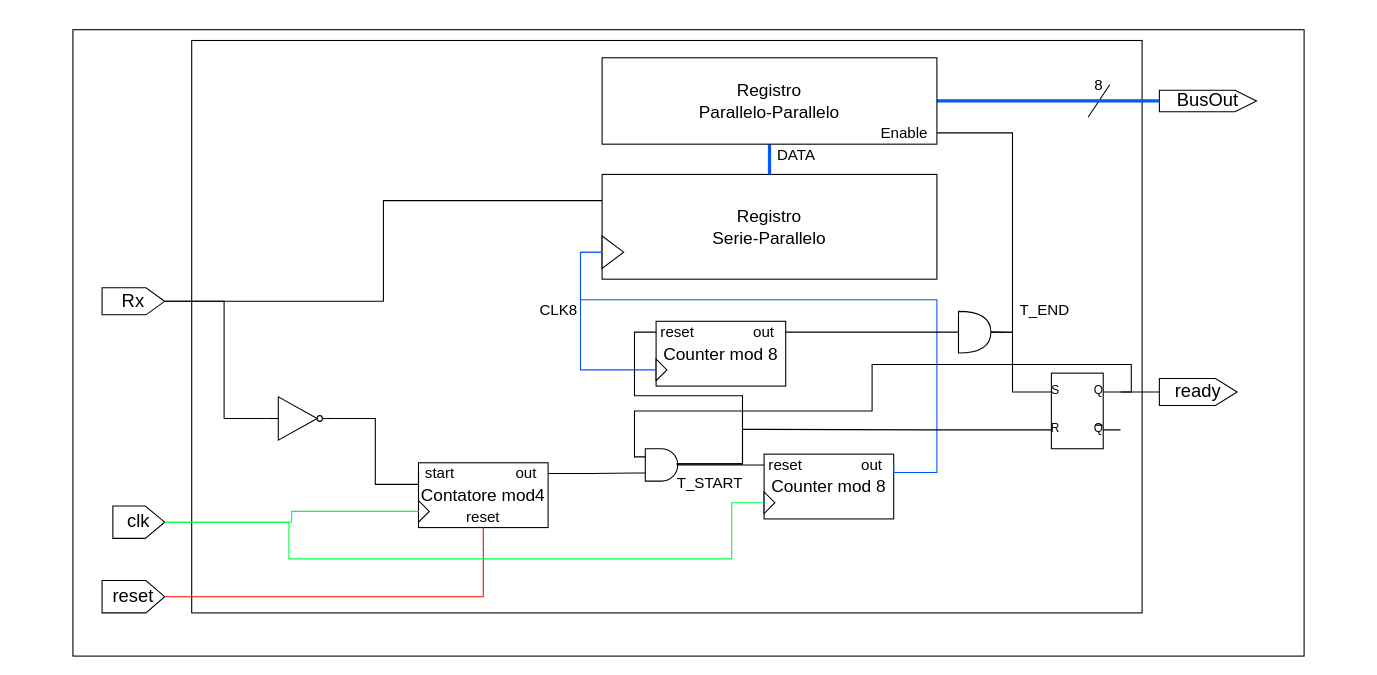
Earlier version of the draw.io diagram page "NewDeserializer" (9 of 13) of Uart.drawio (FlavioRenzi/UART_Project). Source tidied: cells renumbered, new cells numbered last; positions are measured from the earlier drawing's top-left corner, leaving out a move shared by most shapes. Both pictures are drawn from the tidied source at 108%, with x=0, y=0 at pixel (72, 29).
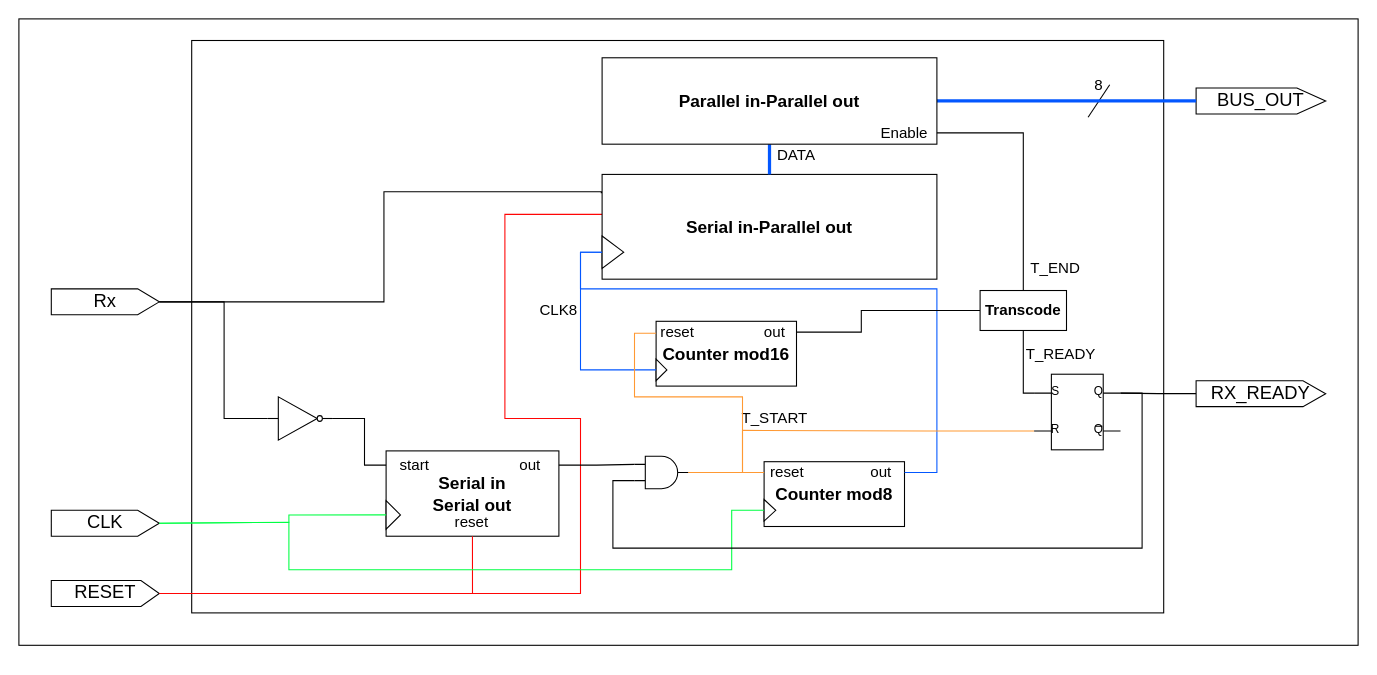
The same page after the edit.

Unchanged cells that the change refers to:
```xml
<mxCell id="21" style="verticalLabelPosition=bottom;shadow=0;dashed=0;align=center;html=1;verticalAlign=top;shape=mxgraph.electrical.logic_gates.inverter_2;fontSize=14;fillColor=#ffffff;" parent="1" vertex="1">
  <mxGeometry x="180" y="340" width="60" height="40" as="geometry" />
</mxCell>
<mxCell id="36" style="triangle;whiteSpace=wrap;html=1;" parent="1" vertex="1">
  <mxGeometry x="490" y="191" width="20" height="30" as="geometry" />
</mxCell>
<mxCell id="41" value="reset" style="text;html=1;strokeColor=none;fillColor=none;align=center;verticalAlign=middle;whiteSpace=wrap;rounded=0;fontSize=14;" parent="37" vertex="1">
  <mxGeometry width="40" height="20" as="geometry" />
</mxCell>
<mxCell id="45" value="Enable" style="text;html=1;strokeColor=none;fillColor=none;align=center;verticalAlign=middle;whiteSpace=wrap;rounded=0;fontSize=14;" parent="1" vertex="1">
  <mxGeometry x="740" y="85" width="60" height="21" as="geometry" />
</mxCell>
```

The edit, as a diff of the source:
```diff
@@
     <mxCell id="2" style="rounded=0;whiteSpace=wrap;html=1;fontSize=14;fontColor=#FF0505;fillColor=none;" parent="1" vertex="1">
-      <mxGeometry width="1140" height="580" as="geometry" />
+      <mxGeometry x="-50" y="-10" width="1240" height="580" as="geometry" />
     </mxCell>
     <mxCell id="3" style="rounded=0;whiteSpace=wrap;html=1;fillColor=none;" parent="1" vertex="1">
-      <mxGeometry x="110" y="10" width="880" height="530" as="geometry" />
+      <mxGeometry x="110" y="10" width="900" height="530" as="geometry" />
     </mxCell>
-    <mxCell id="4" value="clk" style="shape=offPageConnector;whiteSpace=wrap;html=1;rotation=0;size=0.375;direction=north;fontSize=17;" parent="1" vertex="1">
-      <mxGeometry x="37" y="441" width="48" height="30" as="geometry" />
+    <mxCell id="4" value="CLK" style="shape=offPageConnector;whiteSpace=wrap;html=1;rotation=0;size=0.19999999999999546;direction=north;fontSize=17;" parent="1" vertex="1">
+      <mxGeometry x="-20" y="445" width="100" height="24" as="geometry" />
     </mxCell>
+    <mxCell id="58" style="edgeStyle=orthogonalEdgeStyle;rounded=0;jettySize=auto;html=1;exitX=0.5;exitY=1;exitDx=0;exitDy=0;entryX=0.001;entryY=0.381;entryDx=0;entryDy=0;entryPerimeter=0;fontSize=14;fontColor=#00FF44;endArrow=none;endFill=0;strokeColor=#FF0505;" parent="1" edge="1" source="5" target="29">
+      <mxGeometry relative="1" as="geometry">
+        <Array as="points">
+          <mxPoint x="470" y="522" />
+          <mxPoint x="470" y="360" />
+          <mxPoint x="400" y="360" />
+          <mxPoint x="400" y="171" />
+        </Array>
+      </mxGeometry>
+    </mxCell>
-    <mxCell id="5" value="reset" style="shape=offPageConnector;whiteSpace=wrap;html=1;rotation=0;size=0.3;direction=north;fontSize=17;" parent="1" vertex="1">
-      <mxGeometry x="27" y="510" width="58" height="30" as="geometry" />
+    <mxCell id="5" value="RESET" style="shape=offPageConnector;whiteSpace=wrap;html=1;rotation=0;size=0.17;direction=north;fontSize=17;" parent="1" vertex="1">
+      <mxGeometry x="-20" y="510" width="100" height="24" as="geometry" />
     </mxCell>
-    <mxCell id="6" value="BusOut" style="shape=offPageConnector;whiteSpace=wrap;html=1;rotation=0;size=0.2222222222222222;direction=north;fontSize=17;" parent="1" vertex="1">
-      <mxGeometry x="1006" y="56" width="90" height="20" as="geometry" />
+    <mxCell id="6" value="BUS_OUT" style="shape=offPageConnector;whiteSpace=wrap;html=1;rotation=0;size=0.2222222222222222;direction=north;fontSize=17;" parent="1" vertex="1">
+      <mxGeometry x="1040" y="54" width="120" height="24" as="geometry" />
     </mxCell>
-    <mxCell id="7" style="edgeStyle=orthogonalEdgeStyle;rounded=0;jettySize=auto;html=1;exitX=0.5;exitY=1;exitDx=0;exitDy=0;entryX=0;entryY=0.25;entryDx=0;entryDy=0;fontSize=14;endArrow=none;endFill=0;" parent="1" edge="1" source="9" target="29">
-      <mxGeometry relative="1" as="geometry" />
+    <mxCell id="7" style="edgeStyle=orthogonalEdgeStyle;rounded=0;jettySize=auto;html=1;exitX=0.5;exitY=1;exitDx=0;exitDy=0;entryX=-0.004;entryY=0.175;entryDx=0;entryDy=0;fontSize=14;endArrow=none;endFill=0;entryPerimeter=0;" parent="1" edge="1" source="9" target="29">
+      <mxGeometry relative="1" as="geometry">
+        <Array as="points">
+          <mxPoint x="288" y="252" />
+          <mxPoint x="288" y="150" />
+          <mxPoint x="490" y="150" />
+          <mxPoint x="490" y="151" />
+        </Array>
+      </mxGeometry>
     </mxCell>
@@
-    <mxCell id="9" value="Rx" style="shape=offPageConnector;whiteSpace=wrap;html=1;rotation=0;size=0.3;direction=north;fontSize=17;" parent="1" vertex="1">
-      <mxGeometry x="27" y="239" width="58" height="25" as="geometry" />
+    <mxCell id="9" value="Rx" style="shape=offPageConnector;whiteSpace=wrap;html=1;rotation=0;size=0.19999999999999546;direction=north;fontSize=17;" parent="1" vertex="1">
+      <mxGeometry x="-20" y="240" width="100" height="24" as="geometry" />
     </mxCell>
     <mxCell id="10" style="group;" parent="1" vertex="1">
-      <mxGeometry x="320" y="401" width="120" height="60" as="geometry" />
+      <mxGeometry x="290" y="390" width="160" height="79" as="geometry" />
     </mxCell>
-    <mxCell id="11" value="Contatore mod4" style="rounded=0;whiteSpace=wrap;html=1;fontSize=16;" parent="10" vertex="1">
-      <mxGeometry width="120" height="60" as="geometry" />
+    <mxCell id="11" value="&lt;b&gt;Serial in&lt;br&gt;Serial out&lt;/b&gt;" style="rounded=0;whiteSpace=wrap;html=1;fontSize=16;" parent="10" vertex="1">
+      <mxGeometry width="160" height="79" as="geometry" />
     </mxCell>
     <mxCell id="12" style="triangle;whiteSpace=wrap;html=1;fontSize=16;fillColor=#ffffff;" parent="10" vertex="1">
-      <mxGeometry y="35" width="10" height="20" as="geometry" />
+      <mxGeometry y="46.1" width="13.3" height="26.3" as="geometry" />
     </mxCell>
     <mxCell id="13" value="reset" style="text;html=1;strokeColor=none;fillColor=none;align=center;verticalAlign=middle;whiteSpace=wrap;rounded=0;fontSize=14;" parent="10" vertex="1">
-      <mxGeometry x="40" y="40" width="40" height="20" as="geometry" />
+      <mxGeometry x="53.3" y="52.7" width="53.3" height="26.3" as="geometry" />
     </mxCell>
     <mxCell id="14" value="start" style="text;html=1;strokeColor=none;fillColor=none;align=center;verticalAlign=middle;whiteSpace=wrap;rounded=0;fontSize=14;" parent="10" vertex="1">
-      <mxGeometry width="40" height="20" as="geometry" />
+      <mxGeometry width="53.3" height="26.3" as="geometry" />
     </mxCell>
     <mxCell id="15" value="out" style="text;html=1;strokeColor=none;fillColor=none;align=center;verticalAlign=middle;whiteSpace=wrap;rounded=0;fontSize=14;" parent="10" vertex="1">
-      <mxGeometry x="80" width="40" height="20" as="geometry" />
+      <mxGeometry x="106.7" width="53.3" height="26.3" as="geometry" />
     </mxCell>
     <mxCell id="16" style="group;" parent="1" vertex="1">
-      <mxGeometry x="640" y="393" width="120" height="60" as="geometry" />
+      <mxGeometry x="640" y="400" width="130" height="60" as="geometry" />
     </mxCell>
-    <mxCell id="17" value="Counter mod 8" style="rounded=0;whiteSpace=wrap;html=1;fontSize=16;" parent="16" vertex="1">
-      <mxGeometry width="120" height="60" as="geometry" />
+    <mxCell id="17" value="&lt;b&gt;Counter mod8&lt;/b&gt;" style="rounded=0;whiteSpace=wrap;html=1;fontSize=16;" parent="16" vertex="1">
+      <mxGeometry width="130" height="60" as="geometry" />
     </mxCell>
     <mxCell id="18" style="triangle;whiteSpace=wrap;html=1;fontSize=16;fillColor=#ffffff;" parent="16" vertex="1">
-      <mxGeometry y="35" width="10" height="20" as="geometry" />
+      <mxGeometry y="35" width="10.8" height="20" as="geometry" />
     </mxCell>
     <mxCell id="19" value="out" style="text;html=1;strokeColor=none;fillColor=none;align=center;verticalAlign=middle;whiteSpace=wrap;rounded=0;fontSize=14;" parent="16" vertex="1">
-      <mxGeometry x="80" width="40" height="20" as="geometry" />
+      <mxGeometry x="86.7" width="43.3" height="20" as="geometry" />
     </mxCell>
     <mxCell id="20" value="reset" style="text;html=1;strokeColor=none;fillColor=none;align=center;verticalAlign=middle;whiteSpace=wrap;rounded=0;fontSize=14;" parent="16" vertex="1">
-      <mxGeometry width="40" height="20" as="geometry" />
+      <mxGeometry width="43.3" height="20" as="geometry" />
     </mxCell>
@@
     <mxCell id="22" style="edgeStyle=orthogonalEdgeStyle;rounded=0;jettySize=auto;html=1;exitX=0;exitY=0.5;exitDx=0;exitDy=0;entryX=1;entryY=0.5;entryDx=0;entryDy=0;entryPerimeter=0;fontSize=14;endArrow=none;endFill=0;" parent="1" edge="1" source="14" target="21">
       <mxGeometry relative="1" as="geometry">
         <Array as="points">
-          <mxPoint x="320" y="421" />
-          <mxPoint x="280" y="421" />
-          <mxPoint x="280" y="360" />
+          <mxPoint x="270" y="403" />
+          <mxPoint x="270" y="360" />
         </Array>
       </mxGeometry>
     </mxCell>
     <mxCell id="23" style="edgeStyle=orthogonalEdgeStyle;rounded=0;jettySize=auto;html=1;exitX=0;exitY=0.5;exitDx=0;exitDy=0;fontSize=14;endArrow=none;endFill=0;entryX=0.5;entryY=1;entryDx=0;entryDy=0;strokeColor=#00FF44;" parent="1" edge="1" source="12" target="4">
-      <mxGeometry relative="1" as="geometry" />
+      <mxGeometry relative="1" as="geometry">
+        <Array as="points">
+          <mxPoint x="200" y="449" />
+          <mxPoint x="200" y="456" />
+        </Array>
+      </mxGeometry>
     </mxCell>
@@
-    <mxCell id="28" value="ready" style="shape=offPageConnector;whiteSpace=wrap;html=1;rotation=0;size=0.2777777777777778;direction=north;fontSize=17;" parent="1" vertex="1">
-      <mxGeometry x="1006" y="323" width="72" height="25" as="geometry" />
+    <mxCell id="28" value="RX_READY" style="shape=offPageConnector;whiteSpace=wrap;html=1;rotation=0;size=0.1754385964912281;direction=north;fontSize=17;" parent="1" vertex="1">
+      <mxGeometry x="1040" y="325" width="120" height="24" as="geometry" />
     </mxCell>
-    <mxCell id="29" value="Registro &lt;br&gt;Serie-Parallelo" style="rounded=0;whiteSpace=wrap;html=1;fontSize=16;" parent="1" vertex="1">
+    <mxCell id="29" value="&lt;b&gt;Serial in-Parallel out&lt;/b&gt;" style="rounded=0;whiteSpace=wrap;html=1;fontSize=16;" parent="1" vertex="1">
       <mxGeometry x="490" y="134" width="310" height="97" as="geometry" />
     </mxCell>
@@
-    <mxCell id="32" value="Registro &lt;br&gt;Parallelo-Parallelo" style="rounded=0;whiteSpace=wrap;html=1;fontSize=16;" parent="1" vertex="1">
+    <mxCell id="32" value="&lt;b&gt;Parallel in-Parallel out&lt;/b&gt;" style="rounded=0;whiteSpace=wrap;html=1;fontSize=16;" parent="1" vertex="1">
       <mxGeometry x="490" y="26" width="310" height="80" as="geometry" />
     </mxCell>
-    <mxCell id="33" style="edgeStyle=orthogonalEdgeStyle;rounded=0;jettySize=auto;html=1;exitX=1;exitY=0.5;exitDx=0;exitDy=0;exitPerimeter=0;entryX=0;entryY=0.5;entryDx=0;entryDy=0;endArrow=none;endFill=0;" parent="1" edge="1" source="34" target="20">
-      <mxGeometry relative="1" as="geometry" />
+    <mxCell id="33" style="edgeStyle=orthogonalEdgeStyle;rounded=0;jettySize=auto;html=1;exitX=1;exitY=0.5;exitDx=0;exitDy=0;exitPerimeter=0;entryX=0;entryY=0.5;entryDx=0;entryDy=0;endArrow=none;endFill=0;strokeColor=#FF9933;" parent="1" edge="1" source="34" target="20">
+      <mxGeometry relative="1" as="geometry">
+        <Array as="points">
+          <mxPoint x="640" y="410" />
+        </Array>
+      </mxGeometry>
     </mxCell>
     <mxCell id="34" style="verticalLabelPosition=bottom;shadow=0;dashed=0;align=center;html=1;verticalAlign=top;shape=mxgraph.electrical.logic_gates.logic_gate;operation=and;" parent="1" vertex="1">
-      <mxGeometry x="520" y="388" width="50" height="30" as="geometry" />
+      <mxGeometry x="520" y="395" width="50" height="30" as="geometry" />
     </mxCell>
-    <mxCell id="35" style="edgeStyle=orthogonalEdgeStyle;rounded=0;jettySize=auto;html=1;exitX=1;exitY=0.5;exitDx=0;exitDy=0;entryX=0;entryY=0.75;entryDx=0;entryDy=0;entryPerimeter=0;endArrow=none;endFill=0;" parent="1" edge="1" source="15" target="34">
-      <mxGeometry relative="1" as="geometry" />
-    </mxCell>
@@
     <mxCell id="37" style="group;" parent="1" vertex="1">
-      <mxGeometry x="540" y="270" width="120" height="60" as="geometry" />
+      <mxGeometry x="540" y="270" width="130" height="60" as="geometry" />
     </mxCell>
-    <mxCell id="38" value="Counter mod 8" style="rounded=0;whiteSpace=wrap;html=1;fontSize=16;" parent="37" vertex="1">
-      <mxGeometry width="120" height="60" as="geometry" />
+    <mxCell id="38" value="&lt;b&gt;Counter mod16&lt;/b&gt;" style="rounded=0;whiteSpace=wrap;html=1;fontSize=16;" parent="37" vertex="1">
+      <mxGeometry width="130" height="60" as="geometry" />
     </mxCell>
@@
     <mxCell id="40" value="out" style="text;html=1;strokeColor=none;fillColor=none;align=center;verticalAlign=middle;whiteSpace=wrap;rounded=0;fontSize=14;" parent="37" vertex="1">
-      <mxGeometry x="80" width="40" height="20" as="geometry" />
+      <mxGeometry x="90" width="40" height="20" as="geometry" />
     </mxCell>
@@
     <mxCell id="42" style="edgeStyle=orthogonalEdgeStyle;rounded=0;jettySize=auto;html=1;exitX=1;exitY=0.5;exitDx=0;exitDy=0;entryX=0;entryY=0.5;entryDx=0;entryDy=0;endArrow=none;endFill=0;strokeColor=#0357FF;" parent="1" edge="1" source="19" target="36">
       <mxGeometry relative="1" as="geometry">
         <Array as="points">
-          <mxPoint x="760" y="410" />
           <mxPoint x="800" y="410" />
-          <mxPoint x="800" y="250" />
-          <mxPoint x="470" y="250" />
+          <mxPoint x="800" y="240" />
+          <mxPoint x="470" y="240" />
           <mxPoint x="470" y="206" />
         </Array>
       </mxGeometry>
     </mxCell>
@@
     <mxCell id="44" style="edgeStyle=orthogonalEdgeStyle;rounded=0;jettySize=auto;html=1;exitX=0;exitY=0.5;exitDx=0;exitDy=0;entryX=0.5;entryY=1;entryDx=0;entryDy=0;endArrow=none;endFill=0;fillColor=#d5e8d4;strokeColor=#00FF44;" parent="1" edge="1" source="18" target="4">
       <mxGeometry relative="1" as="geometry">
         <Array as="points">
-          <mxPoint x="610" y="438" />
-          <mxPoint x="610" y="490" />
-          <mxPoint x="200" y="490" />
+          <mxPoint x="610" y="445" />
+          <mxPoint x="610" y="500" />
+          <mxPoint x="200" y="500" />
           <mxPoint x="200" y="456" />
         </Array>
       </mxGeometry>
     </mxCell>
+    <mxCell id="59" style="edgeStyle=orthogonalEdgeStyle;rounded=0;jettySize=auto;html=1;exitX=1;exitY=0.5;exitDx=0;exitDy=0;entryX=0.5;entryY=0;entryDx=0;entryDy=0;fontSize=14;fontColor=#00FF44;endArrow=none;endFill=0;strokeColor=#000000;" parent="1" edge="1" source="45" target="63">
+      <mxGeometry relative="1" as="geometry" />
+    </mxCell>
@@
-    <mxCell id="46" style="edgeStyle=orthogonalEdgeStyle;rounded=0;jettySize=auto;html=1;exitX=0;exitY=0.75;exitDx=0;exitDy=0;exitPerimeter=0;endArrow=none;endFill=0;entryX=0.78;entryY=0.467;entryDx=0;entryDy=0;entryPerimeter=0;" parent="1" edge="1" source="48" target="34">
+    <mxCell id="46" style="edgeStyle=orthogonalEdgeStyle;rounded=0;jettySize=auto;html=1;exitX=0;exitY=0.75;exitDx=0;exitDy=0;exitPerimeter=0;endArrow=none;endFill=0;entryX=1;entryY=0.5;entryDx=0;entryDy=0;entryPerimeter=0;strokeColor=#FF9933;" parent="1" edge="1" target="34">
       <mxGeometry relative="1" as="geometry">
+        <mxPoint x="890" y="371.5" as="sourcePoint" />
         <Array as="points">
-          <mxPoint x="790" y="370" />
-          <mxPoint x="620" y="370" />
-          <mxPoint x="620" y="402" />
+          <mxPoint x="790" y="372" />
+          <mxPoint x="620" y="371" />
+          <mxPoint x="620" y="426" />
         </Array>
       </mxGeometry>
     </mxCell>
-    <mxCell id="47" style="edgeStyle=orthogonalEdgeStyle;rounded=0;jettySize=auto;html=1;exitX=1;exitY=0.25;exitDx=0;exitDy=0;exitPerimeter=0;endArrow=none;endFill=0;" parent="1" edge="1" source="48">
-      <mxGeometry relative="1" as="geometry">
-        <mxPoint x="520" y="396" as="targetPoint" />
-        <Array as="points">
-          <mxPoint x="980" y="336" />
-          <mxPoint x="980" y="310" />
-          <mxPoint x="740" y="310" />
-          <mxPoint x="740" y="353" />
-          <mxPoint x="520" y="353" />
-        </Array>
-      </mxGeometry>
-    </mxCell>
+    <mxCell id="60" style="edgeStyle=orthogonalEdgeStyle;rounded=0;jettySize=auto;html=1;exitX=1;exitY=0.25;exitDx=0;exitDy=0;exitPerimeter=0;entryX=0;entryY=0.75;entryDx=0;entryDy=0;entryPerimeter=0;fontSize=14;fontColor=#00FF44;endArrow=none;endFill=0;strokeColor=#000000;" parent="1" edge="1" source="48" target="34">
+      <mxGeometry relative="1" as="geometry">
+        <Array as="points">
+          <mxPoint x="990" y="337" />
+          <mxPoint x="990" y="480" />
+          <mxPoint x="500" y="480" />
+          <mxPoint x="500" y="418" />
+        </Array>
+      </mxGeometry>
+    </mxCell>
     <mxCell id="48" style="verticalLabelPosition=bottom;shadow=0;dashed=0;align=center;html=1;verticalAlign=top;shape=mxgraph.electrical.logic_gates.rs_latch;" parent="1" vertex="1">
-      <mxGeometry x="890" y="318" width="80" height="70" as="geometry" />
+      <mxGeometry x="890" y="319" width="80" height="70" as="geometry" />
     </mxCell>
-    <mxCell id="49" style="edgeStyle=orthogonalEdgeStyle;rounded=0;jettySize=auto;html=1;exitX=1;exitY=0.5;exitDx=0;exitDy=0;exitPerimeter=0;entryX=1;entryY=0.5;entryDx=0;entryDy=0;endArrow=none;endFill=0;" parent="1" edge="1" source="51" target="45">
-      <mxGeometry relative="1" as="geometry" />
-    </mxCell>
-    <mxCell id="50" style="edgeStyle=orthogonalEdgeStyle;rounded=0;jettySize=auto;html=1;exitX=1;exitY=0.5;exitDx=0;exitDy=0;exitPerimeter=0;entryX=0;entryY=0.25;entryDx=0;entryDy=0;entryPerimeter=0;endArrow=none;endFill=0;" parent="1" edge="1" source="51" target="48">
-      <mxGeometry relative="1" as="geometry" />
-    </mxCell>
-    <mxCell id="51" style="shape=or;whiteSpace=wrap;html=1;" parent="1" vertex="1">
-      <mxGeometry x="820" y="260.8" width="30" height="38.5" as="geometry" />
-    </mxCell>
-    <mxCell id="52" style="edgeStyle=orthogonalEdgeStyle;rounded=0;jettySize=auto;html=1;exitX=1;exitY=0.5;exitDx=0;exitDy=0;entryX=0;entryY=0.5;entryDx=0;entryDy=0;entryPerimeter=0;endArrow=none;endFill=0;" parent="1" edge="1" source="40" target="51">
-      <mxGeometry relative="1" as="geometry" />
+    <mxCell id="52" style="edgeStyle=orthogonalEdgeStyle;rounded=0;jettySize=auto;html=1;exitX=1;exitY=0.5;exitDx=0;exitDy=0;entryX=0;entryY=0.5;entryDx=0;entryDy=0;endArrow=none;endFill=0;" parent="1" edge="1" source="40" target="63">
+      <mxGeometry relative="1" as="geometry">
+        <Array as="points">
+          <mxPoint x="730" y="280" />
+          <mxPoint x="730" y="260" />
+        </Array>
+      </mxGeometry>
     </mxCell>
@@
     <mxCell id="55" value="T_END" style="text;html=1;strokeColor=none;fillColor=none;align=center;verticalAlign=middle;whiteSpace=wrap;rounded=0;fontSize=14;" parent="1" vertex="1">
-      <mxGeometry x="880" y="250" width="40" height="20" as="geometry" />
+      <mxGeometry x="890" y="211" width="40" height="20" as="geometry" />
     </mxCell>
     <mxCell id="56" value="T_START" style="text;html=1;strokeColor=none;fillColor=none;align=center;verticalAlign=middle;whiteSpace=wrap;rounded=0;fontSize=14;" parent="1" vertex="1">
-      <mxGeometry x="570" y="410" width="40" height="20" as="geometry" />
+      <mxGeometry x="630" y="350" width="40" height="20" as="geometry" />
     </mxCell>
-    <mxCell id="57" style="edgeStyle=orthogonalEdgeStyle;rounded=0;jettySize=auto;html=1;exitX=0;exitY=0.5;exitDx=0;exitDy=0;entryX=0.78;entryY=0.467;entryDx=0;entryDy=0;entryPerimeter=0;endArrow=none;endFill=0;" parent="1" edge="1" source="41" target="34">
+    <mxCell id="57" style="edgeStyle=orthogonalEdgeStyle;rounded=0;jettySize=auto;html=1;exitX=0;exitY=0.5;exitDx=0;exitDy=0;endArrow=none;endFill=0;strokeColor=#FF9933;entryX=1;entryY=0.5;entryDx=0;entryDy=0;entryPerimeter=0;" parent="1" edge="1" target="34">
       <mxGeometry relative="1" as="geometry">
+        <mxPoint x="540" y="281" as="sourcePoint" />
         <Array as="points">
-          <mxPoint x="520" y="280" />
-          <mxPoint x="520" y="339" />
-          <mxPoint x="620" y="339" />
-          <mxPoint x="620" y="402" />
+          <mxPoint x="520" y="281" />
+          <mxPoint x="520" y="340" />
+          <mxPoint x="620" y="340" />
+          <mxPoint x="620" y="410" />
         </Array>
       </mxGeometry>
     </mxCell>
+    <mxCell id="61" value="T_READY" style="text;html=1;strokeColor=none;fillColor=none;align=center;verticalAlign=middle;whiteSpace=wrap;rounded=0;fontSize=14;" parent="1" vertex="1">
+      <mxGeometry x="880" y="290" width="70" height="20" as="geometry" />
+    </mxCell>
+    <mxCell id="62" style="edgeStyle=orthogonalEdgeStyle;rounded=0;jettySize=auto;html=1;exitX=0.5;exitY=1;exitDx=0;exitDy=0;entryX=0;entryY=0.25;entryDx=0;entryDy=0;entryPerimeter=0;fontSize=14;fontColor=#00FF44;endArrow=none;endFill=0;strokeColor=#000000;" parent="1" edge="1" source="63" target="48">
+      <mxGeometry relative="1" as="geometry">
+        <Array as="points">
+          <mxPoint x="880" y="336" />
+        </Array>
+      </mxGeometry>
+    </mxCell>
+    <mxCell id="63" value="&lt;font color=&quot;#000000&quot;&gt;&lt;b&gt;Transcode&lt;/b&gt;&lt;/font&gt;" style="rounded=0;whiteSpace=wrap;html=1;fontSize=14;fontColor=#00FF44;" parent="1" vertex="1">
+      <mxGeometry x="840" y="241.5" width="80" height="37" as="geometry" />
+    </mxCell>
+    <mxCell id="35" style="edgeStyle=orthogonalEdgeStyle;rounded=0;jettySize=auto;html=1;exitX=1;exitY=0.5;exitDx=0;exitDy=0;entryX=0;entryY=0.25;entryDx=0;entryDy=0;entryPerimeter=0;fontSize=14;fontColor=#00FF44;endArrow=none;endFill=0;" parent="1" edge="1" source="15" target="34">
+      <mxGeometry relative="1" as="geometry" />
+    </mxCell>
```
